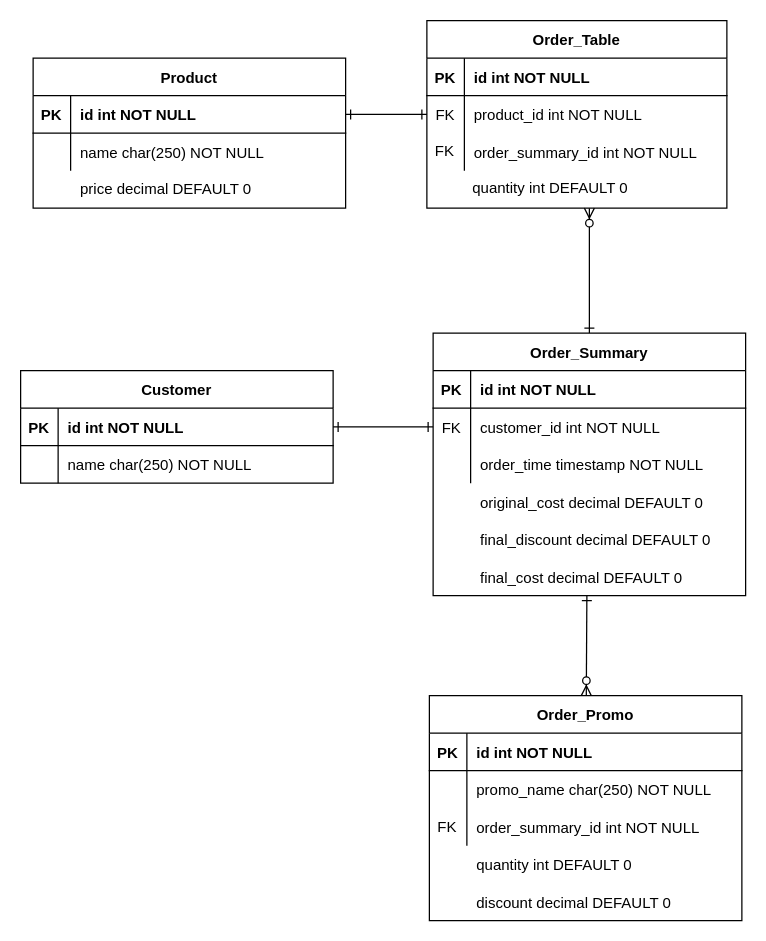
This is info/database_diagram.drawio from mentoruby/shop-order-rest-api, a draw.io file, before an edit. Source tidied: cells renumbered, new cells numbered last; positions are measured from the earlier drawing's top-left corner, leaving out a move shared by most shapes. Both pictures are drawn from the tidied source at 125%, with x=0, y=0 at pixel (20, 20).
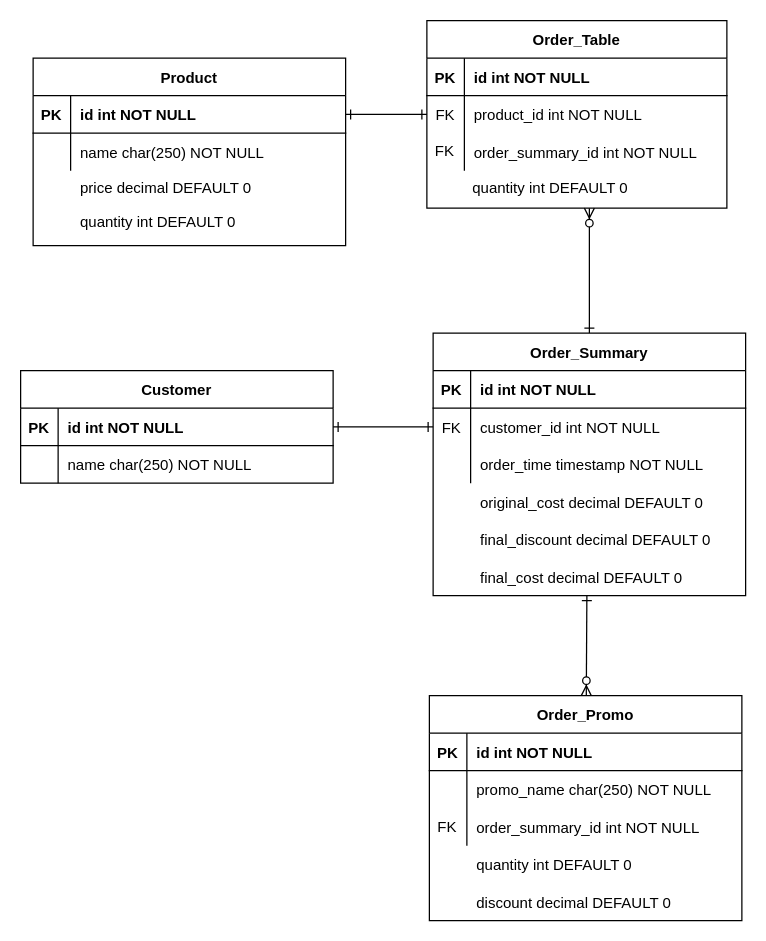
The same diagram, later.

Commit message (it also covers changes not shown here):
new feature: product stock / inventory check

The edit, as a diff of the source:
```diff
@@
     <mxCell id="12" style="group;" parent="1" vertex="1">
-      <mxGeometry x="10" y="30" width="250" height="120" as="geometry" />
+      <mxGeometry x="10" y="30" width="250" height="150" as="geometry" />
     </mxCell>
+    <mxCell id="20" value="price decimal DEFAULT 0" style="shape=partialRectangle;overflow=hidden;fillColor=none;top=0;left=0;bottom=0;right=0;align=left;spacingLeft=6;" parent="12" vertex="1">
+      <mxGeometry x="30" y="90" width="220" height="26.5" as="geometry" />
+    </mxCell>
+    <mxCell id="64" style="group;" parent="12" vertex="1">
+      <mxGeometry width="250" height="150" as="geometry" />
+    </mxCell>
-    <mxCell id="13" value="Product" style="shape=table;startSize=30;childLayout=tableLayout;rowLines=0;fontStyle=1;align=center;" parent="12" vertex="1">
-      <mxGeometry width="250" height="120" as="geometry" />
+    <mxCell id="13" value="Product" style="shape=table;startSize=30;childLayout=tableLayout;rowLines=0;fontStyle=1;align=center;" parent="64" vertex="1">
+      <mxGeometry width="250" height="150" as="geometry" />
     </mxCell>
@@
-    <mxCell id="20" value="price decimal DEFAULT 0" style="shape=partialRectangle;overflow=hidden;fillColor=none;top=0;left=0;bottom=0;right=0;align=left;spacingLeft=6;" parent="12" vertex="1">
-      <mxGeometry x="30" y="89" width="220" height="30" as="geometry" />
-    </mxCell>
+    <mxCell id="65" value="quantity int DEFAULT 0" style="shape=partialRectangle;overflow=hidden;fillColor=none;top=0;left=0;bottom=0;right=0;align=left;spacingLeft=6;" parent="64" vertex="1">
+      <mxGeometry x="30" y="116.5" width="220" height="28.7" as="geometry" />
+    </mxCell>
```
